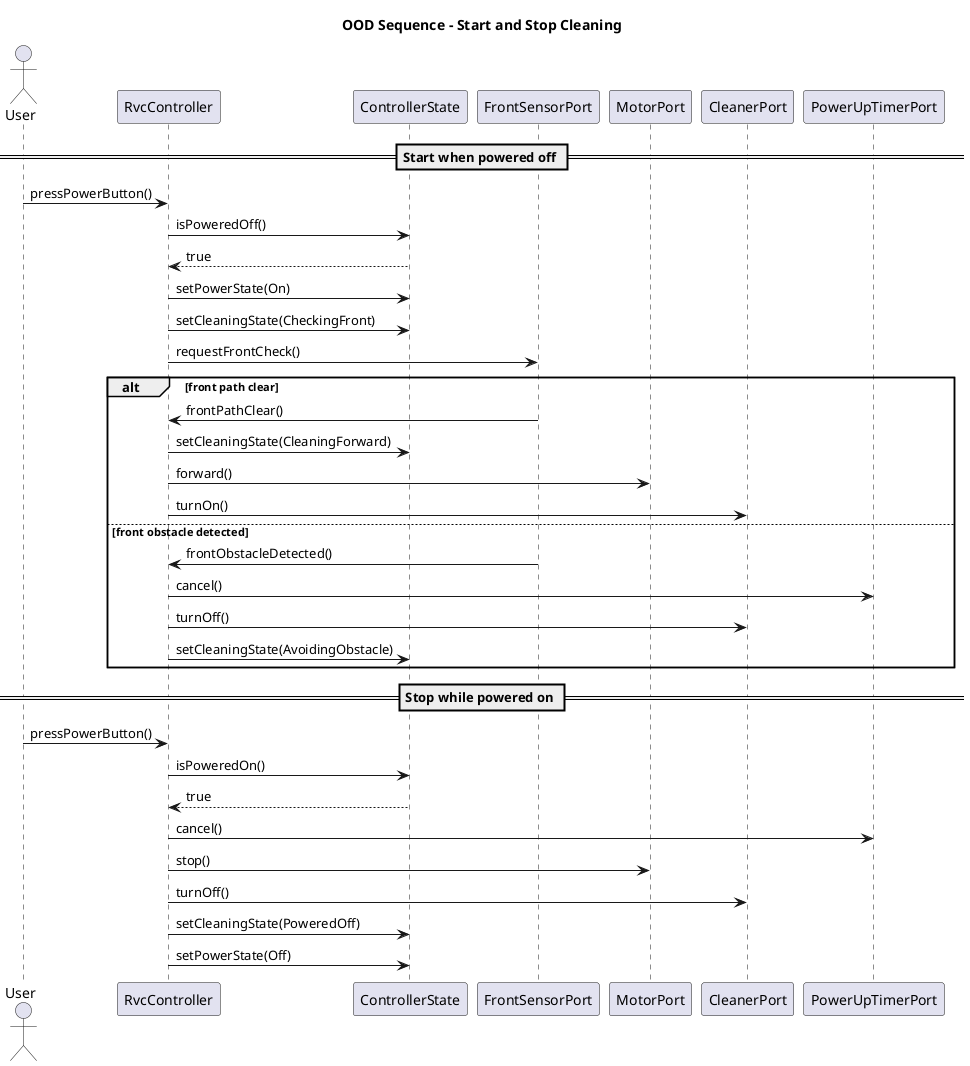
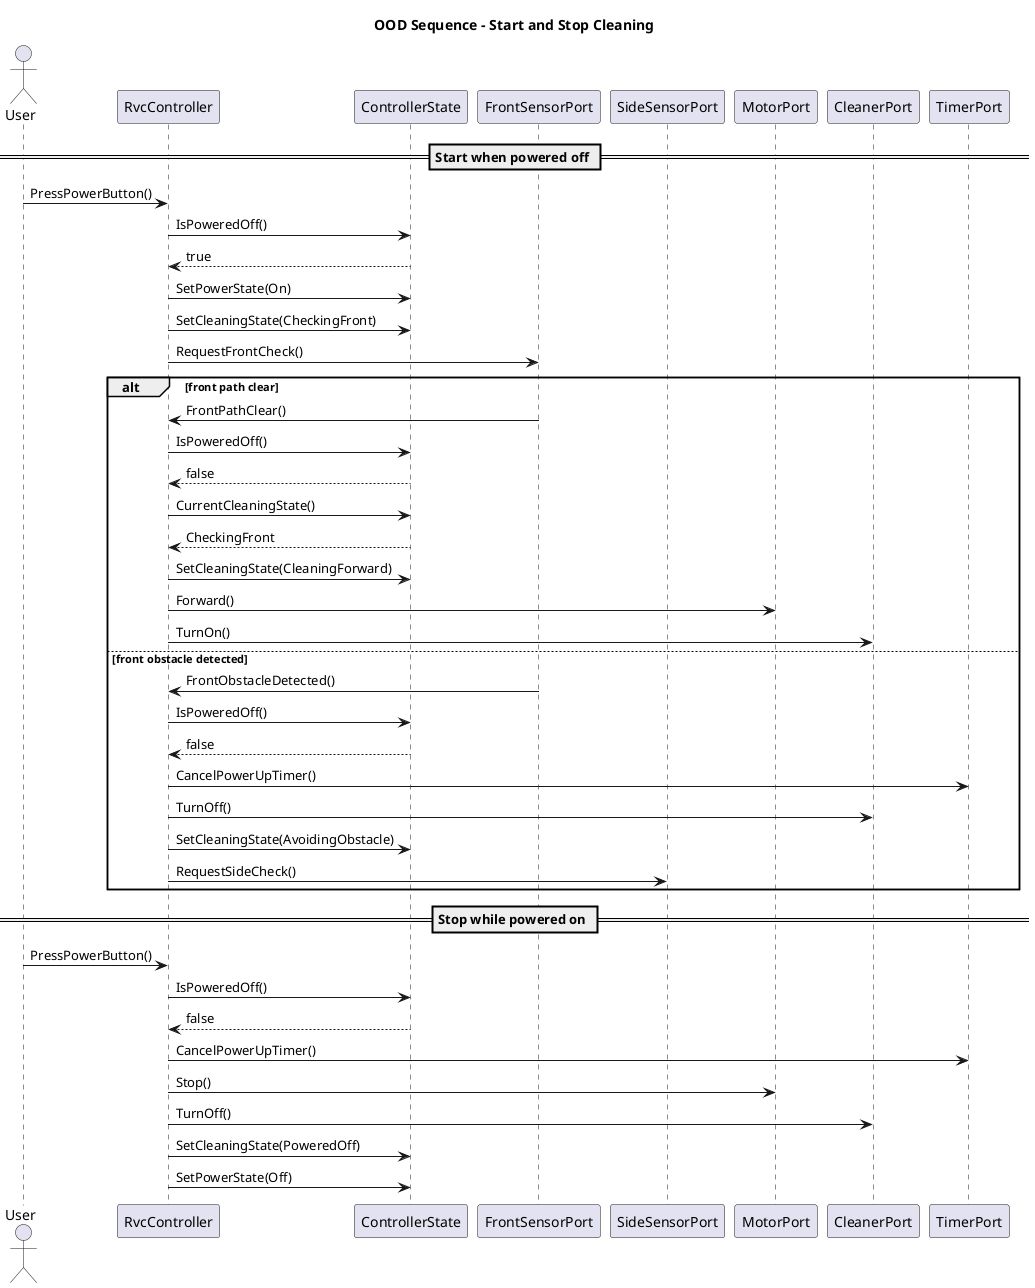
@startuml
title OOD Sequence - Start and Stop Cleaning

actor User
participant "RvcController" as Controller
participant "ControllerState" as State
participant "FrontSensorPort" as FrontSensor
+ participant "SideSensorPort" as SideSensor
participant "MotorPort" as Motor
participant "CleanerPort" as Cleaner
- participant "PowerUpTimerPort" as Timer
+ participant "TimerPort" as Timer

== Start when powered off ==
- User -> Controller: pressPowerButton()
- Controller -> State: isPoweredOff()
+ User -> Controller: PressPowerButton()
+ Controller -> State: IsPoweredOff()
State --> Controller: true
- Controller -> State: setPowerState(On)
- Controller -> State: setCleaningState(CheckingFront)
- Controller -> FrontSensor: requestFrontCheck()
+ Controller -> State: SetPowerState(On)
+ Controller -> State: SetCleaningState(CheckingFront)
+ Controller -> FrontSensor: RequestFrontCheck()

alt front path clear
-   FrontSensor -> Controller: frontPathClear()
-   Controller -> State: setCleaningState(CleaningForward)
-   Controller -> Motor: forward()
-   Controller -> Cleaner: turnOn()
+   FrontSensor -> Controller: FrontPathClear()
+   Controller -> State: IsPoweredOff()
+   State --> Controller: false
+   Controller -> State: CurrentCleaningState()
+   State --> Controller: CheckingFront
+   Controller -> State: SetCleaningState(CleaningForward)
+   Controller -> Motor: Forward()
+   Controller -> Cleaner: TurnOn()
else front obstacle detected
-   FrontSensor -> Controller: frontObstacleDetected()
-   Controller -> Timer: cancel()
-   Controller -> Cleaner: turnOff()
-   Controller -> State: setCleaningState(AvoidingObstacle)
+   FrontSensor -> Controller: FrontObstacleDetected()
+   Controller -> State: IsPoweredOff()
+   State --> Controller: false
+   Controller -> Timer: CancelPowerUpTimer()
+   Controller -> Cleaner: TurnOff()
+   Controller -> State: SetCleaningState(AvoidingObstacle)
+   Controller -> SideSensor: RequestSideCheck()
end

== Stop while powered on ==
- User -> Controller: pressPowerButton()
- Controller -> State: isPoweredOn()
- State --> Controller: true
- Controller -> Timer: cancel()
- Controller -> Motor: stop()
- Controller -> Cleaner: turnOff()
- Controller -> State: setCleaningState(PoweredOff)
- Controller -> State: setPowerState(Off)
+ User -> Controller: PressPowerButton()
+ Controller -> State: IsPoweredOff()
+ State --> Controller: false
+ Controller -> Timer: CancelPowerUpTimer()
+ Controller -> Motor: Stop()
+ Controller -> Cleaner: TurnOff()
+ Controller -> State: SetCleaningState(PoweredOff)
+ Controller -> State: SetPowerState(Off)
@enduml
